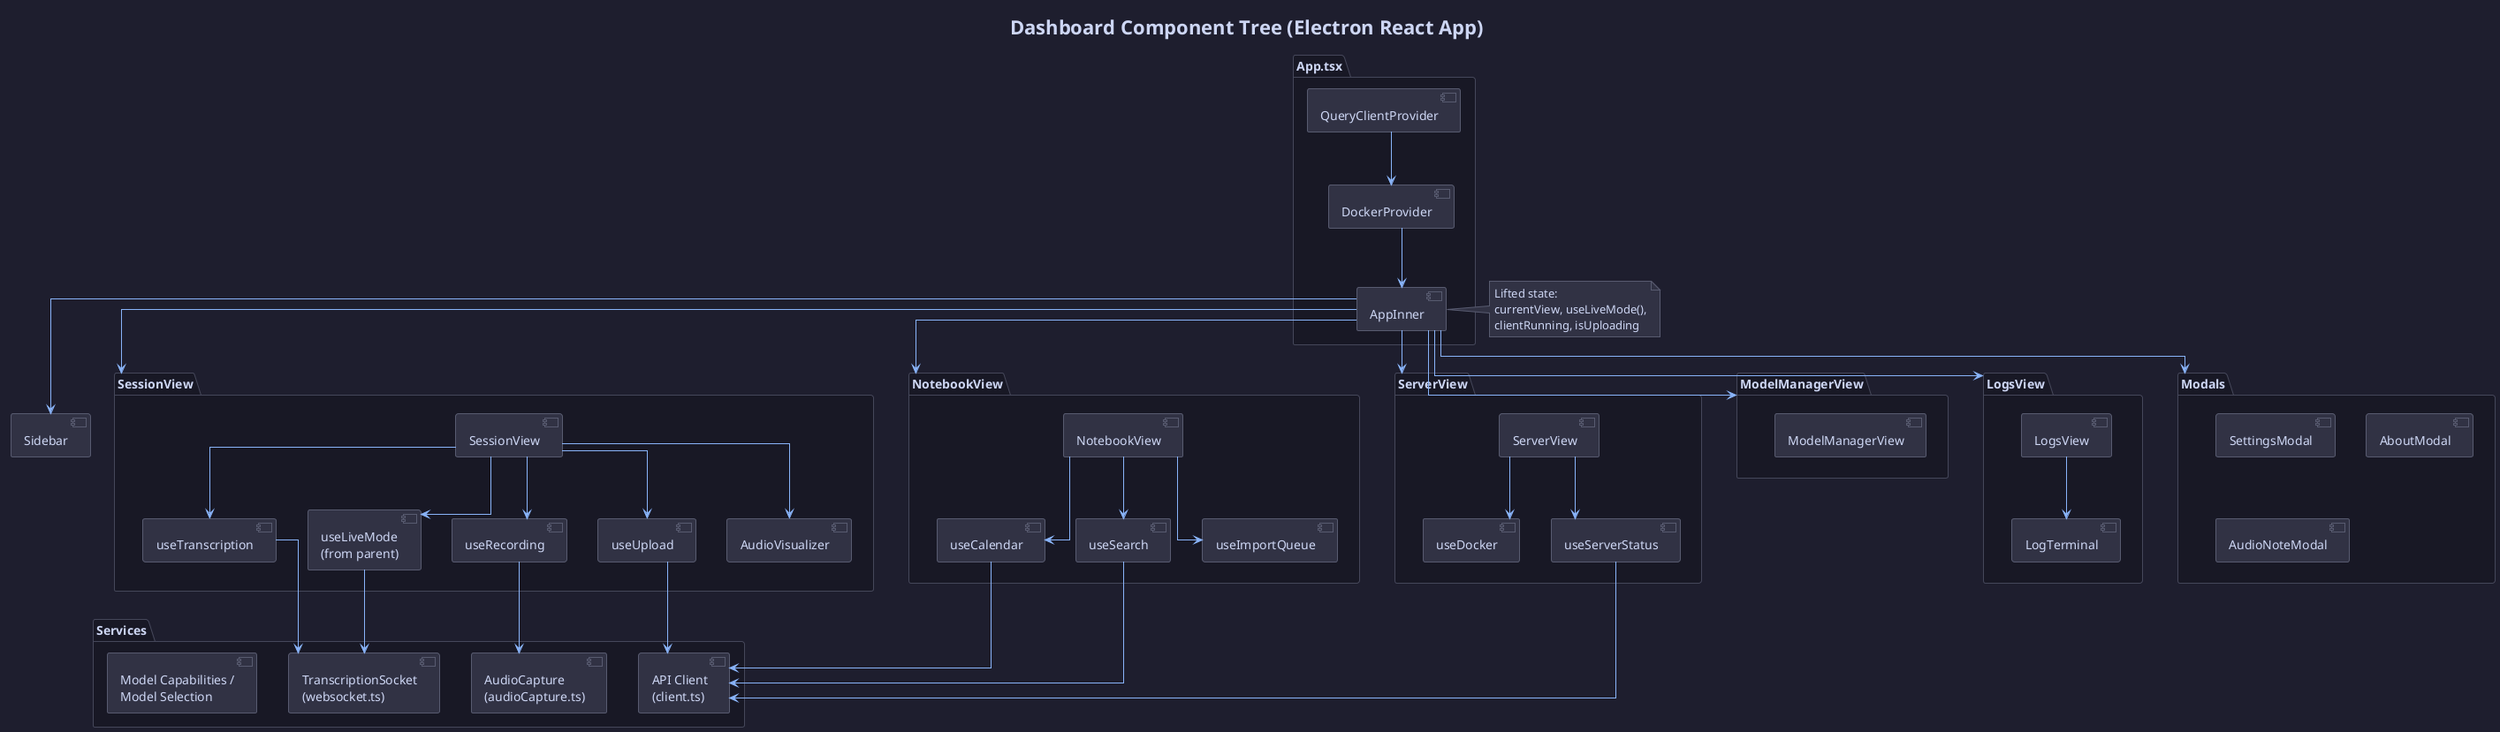
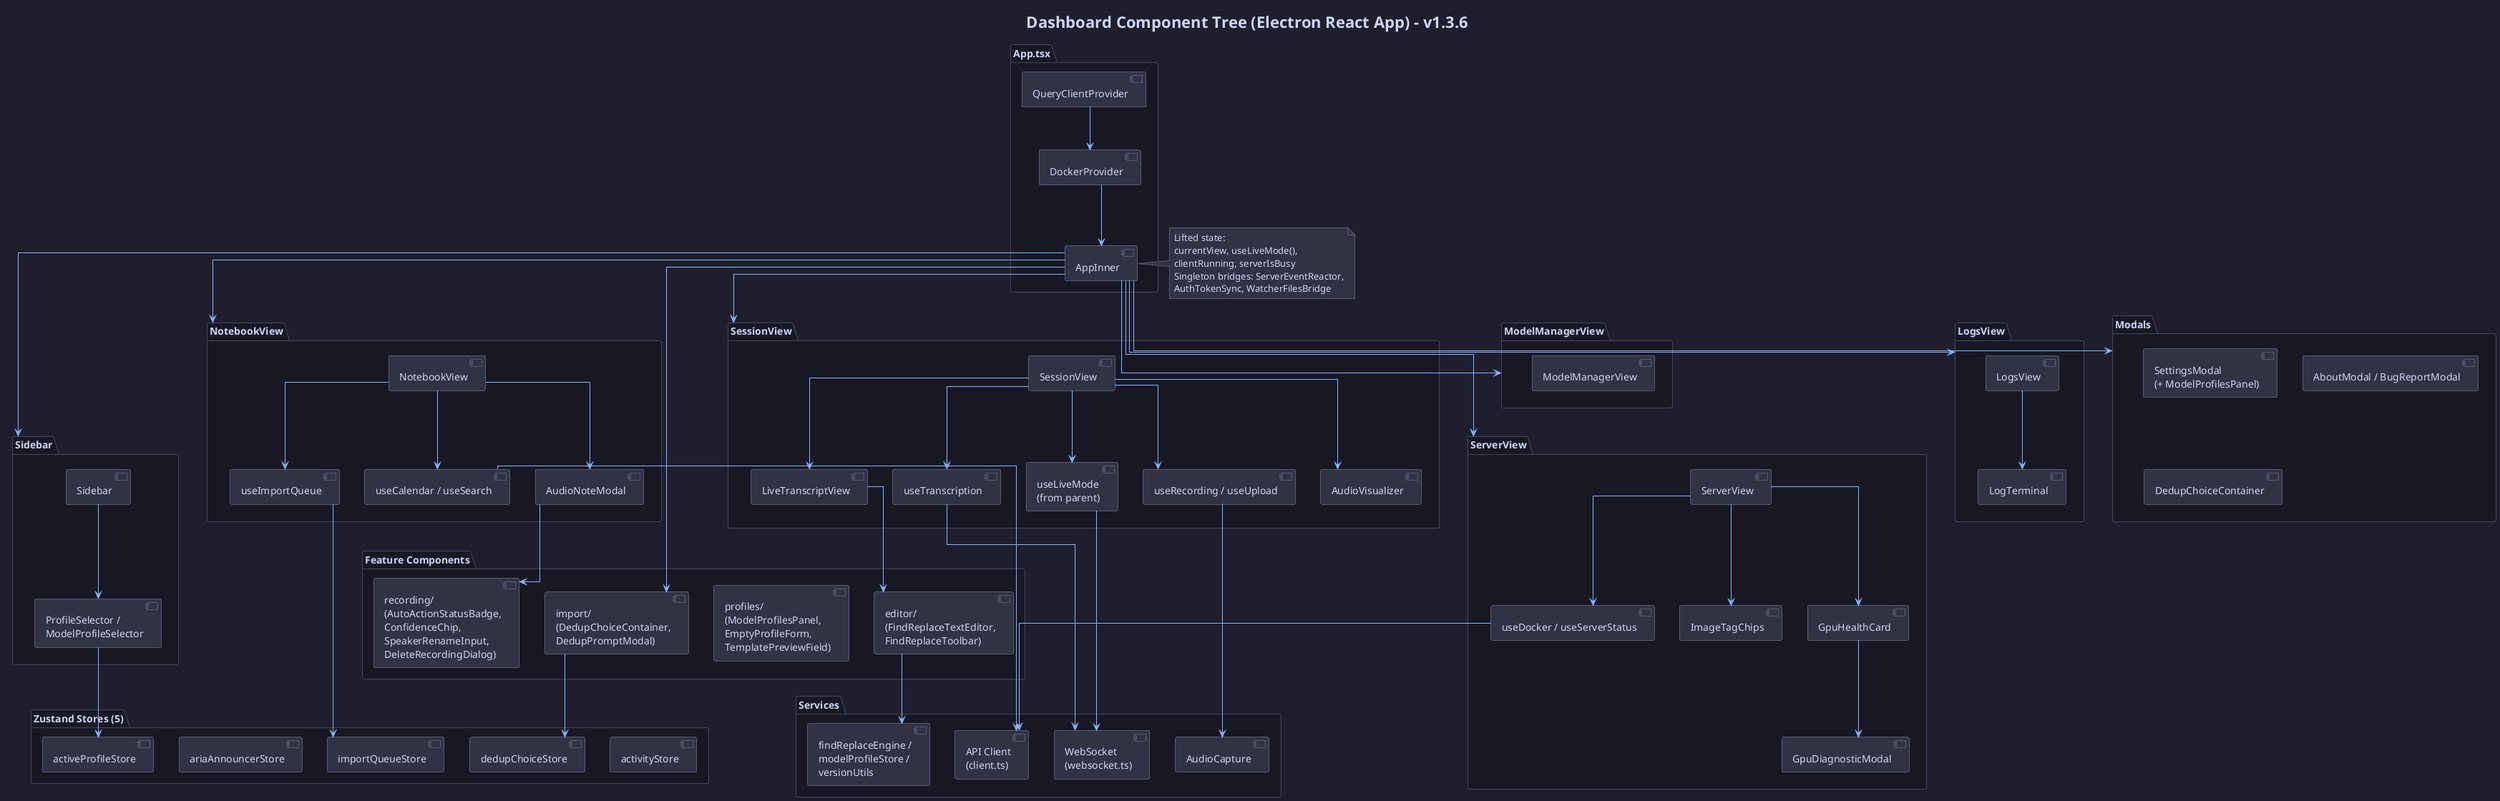
@startuml TranscriptionSuite - Dashboard Component Tree
!theme plain
skinparam backgroundColor #1e1e2e
skinparam defaultFontColor #cdd6f4
skinparam componentBackgroundColor #313244
skinparam componentBorderColor #585b70
skinparam packageBackgroundColor #181825
skinparam packageBorderColor #45475a
skinparam arrowColor #89b4fa
skinparam noteBackgroundColor #313244
skinparam noteBorderColor #585b70
skinparam stereotypeFontColor #a6adc8
skinparam cloudBackgroundColor #45475a
skinparam cloudBorderColor #89b4fa
skinparam linetype ortho

- title Dashboard Component Tree (Electron React App)
+ title Dashboard Component Tree (Electron React App) - v1.3.6

' ── Root ──────────────────────────────────────────
package "App.tsx" as root {
  component "QueryClientProvider" as queryProvider
  component "DockerProvider" as dockerProvider
  component "AppInner" as appInner
}

note right of appInner
  Lifted state:
  currentView, useLiveMode(),
-   clientRunning, isUploading
+   clientRunning, serverIsBusy
+   Singleton bridges: ServerEventReactor,
+   AuthTokenSync, WatcherFilesBridge
end note

queryProvider -down-> dockerProvider
dockerProvider -down-> appInner

' ── Layout ────────────────────────────────────────
- component "Sidebar" as sidebar
+ package "Sidebar" as sidebarPkg {
+   component "Sidebar" as sidebar
+   component "ProfileSelector /\nModelProfileSelector" as profileSel
+   sidebar --> profileSel
+ }

- appInner -down-> sidebar
+ appInner -down-> sidebarPkg

' ── Views + their hooks (grouped) ─────────────────
package "SessionView" as sessionPkg {
  component "SessionView" as sessionView
+   component "LiveTranscriptView" as liveView
  component "useTranscription" as hookTranscribe
  component "useLiveMode\n(from parent)" as hookLive
-   component "useRecording" as hookRecording
-   component "useUpload" as hookUpload
+   component "useRecording / useUpload" as hookRecording
  component "AudioVisualizer" as audioVis

+   sessionView --> liveView
  sessionView --> hookTranscribe
  sessionView --> hookLive
  sessionView --> hookRecording
-   sessionView --> hookUpload
  sessionView --> audioVis
}

package "NotebookView" as notebookPkg {
  component "NotebookView" as notebookView
-   component "useCalendar" as hookCalendar
-   component "useSearch" as hookSearch
+   component "AudioNoteModal" as audioNote
+   component "useCalendar / useSearch" as hookCalendar
  component "useImportQueue" as hookImport

+   notebookView --> audioNote
  notebookView --> hookCalendar
-   notebookView --> hookSearch
  notebookView --> hookImport
}

package "ServerView" as serverPkg {
  component "ServerView" as serverView
-   component "useDocker" as hookDocker
-   component "useServerStatus" as hookServer
+   component "GpuHealthCard" as gpuCard
+   component "GpuDiagnosticModal" as gpuDiag
+   component "ImageTagChips" as imgTags
+   component "useDocker / useServerStatus" as hookDocker

+   serverView --> gpuCard
+   gpuCard --> gpuDiag
+   serverView --> imgTags
  serverView --> hookDocker
-   serverView --> hookServer
}

package "ModelManagerView" as modelPkg {
  component "ModelManagerView" as modelMgrView
}

package "LogsView" as logsPkg {
  component "LogsView" as logsView
  component "LogTerminal" as logTerm
- 
  logsView --> logTerm
}

appInner -down-> sessionPkg
appInner -down-> notebookPkg
appInner -down-> serverPkg
appInner -down-> modelPkg
appInner -down-> logsPkg

- ' ── Services (shared) ─────────────────────────────
+ ' ── Feature component groups (Issue #104) ─────────
+ package "Feature Components" as featurePkg {
+   component "recording/\n(AutoActionStatusBadge,\nConfidenceChip,\nSpeakerRenameInput,\nDeleteRecordingDialog)" as recCmp
+   component "profiles/\n(ModelProfilesPanel,\nEmptyProfileForm,\nTemplatePreviewField)" as profCmp
+   component "editor/\n(FindReplaceTextEditor,\nFindReplaceToolbar)" as editCmp
+   component "import/\n(DedupChoiceContainer,\nDedupPromptModal)" as impCmp
+ }
+ 
+ audioNote --> recCmp
+ liveView --> editCmp
+ appInner --> impCmp
+ 
+ ' ── Services + Stores (shared) ────────────────────
package "Services" as services {
  component "API Client\n(client.ts)" as apiClient
-   component "TranscriptionSocket\n(websocket.ts)" as wsService
-   component "AudioCapture\n(audioCapture.ts)" as audioCap
-   component "Model Capabilities /\nModel Selection" as modelSvc
+   component "WebSocket\n(websocket.ts)" as wsService
+   component "AudioCapture" as audioCap
+   component "findReplaceEngine /\nmodelProfileStore /\nversionUtils" as svcNew
+ }
+ 
+ package "Zustand Stores (5)" as stores {
+   component "activityStore" as st1
+   component "importQueueStore" as st2
+   component "activeProfileStore" as st3
+   component "ariaAnnouncerStore" as st4
+   component "dedupChoiceStore" as st5
}

' Hook → Service wiring (grouped to reduce arrows)
hookTranscribe -down-> wsService
hookLive -down-> wsService
hookRecording -down-> audioCap
- hookUpload -down-> apiClient
- hookSearch -down-> apiClient
+ hookImport -down-> st2
hookCalendar -down-> apiClient
- hookServer -down-> apiClient
+ hookDocker -down-> apiClient
+ impCmp -down-> st5
+ profileSel -down-> st3
+ editCmp -down-> svcNew

- ' ── Modals (simple list) ──────────────────────────
+ ' ── Modals (App-hosted) ───────────────────────────
package "Modals" as modals {
-   component "SettingsModal" as settingsModal
-   component "AboutModal" as aboutModal
-   component "AudioNoteModal" as audioNoteModal
+   component "SettingsModal\n(+ ModelProfilesPanel)" as settingsModal
+   component "AboutModal / BugReportModal" as miscModal
+   component "DedupChoiceContainer" as dedupRoot
}

appInner -down-> modals

@enduml
